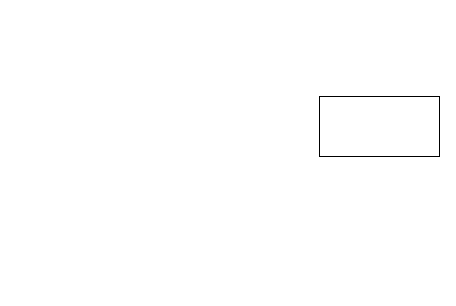
The draw.io diagram diagrama/Diagrama sin título.drawio in paixram/POO4_1P_MARIN_INGA_DELGADO, before the edit. Source tidied: cells renumbered, new cells numbered last; positions are measured from the earlier drawing's top-left corner, leaving out a move shared by most shapes. Both pictures are drawn from the tidied source at 100%, with x=0, y=0 at pixel (319, 96).
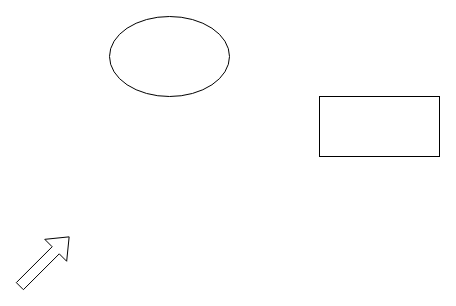
The same diagram, later.

The edit, as a diff of the source:
```diff
@@
 <mxGraphModel>
   <root>
     <mxCell id="0" />
     <mxCell id="1" parent="0" />
     <mxCell id="2" style="rounded=0;whiteSpace=wrap;html=1;" parent="1" vertex="1">
       <mxGeometry width="120" height="60" as="geometry" />
     </mxCell>
+    <mxCell id="3" style="ellipse;whiteSpace=wrap;html=1;" parent="1" vertex="1">
+      <mxGeometry x="-210" y="-80" width="120" height="80" as="geometry" />
+    </mxCell>
+    <mxCell id="4" style="shape=flexArrow;endArrow=classic;html=1;rounded=0;" parent="1" edge="1">
+      <mxGeometry relative="1" as="geometry">
+        <mxPoint x="-300" y="190" as="sourcePoint" />
+        <mxPoint x="-250" y="140" as="targetPoint" />
+      </mxGeometry>
+    </mxCell>
   </root>
 </mxGraphModel>
```
